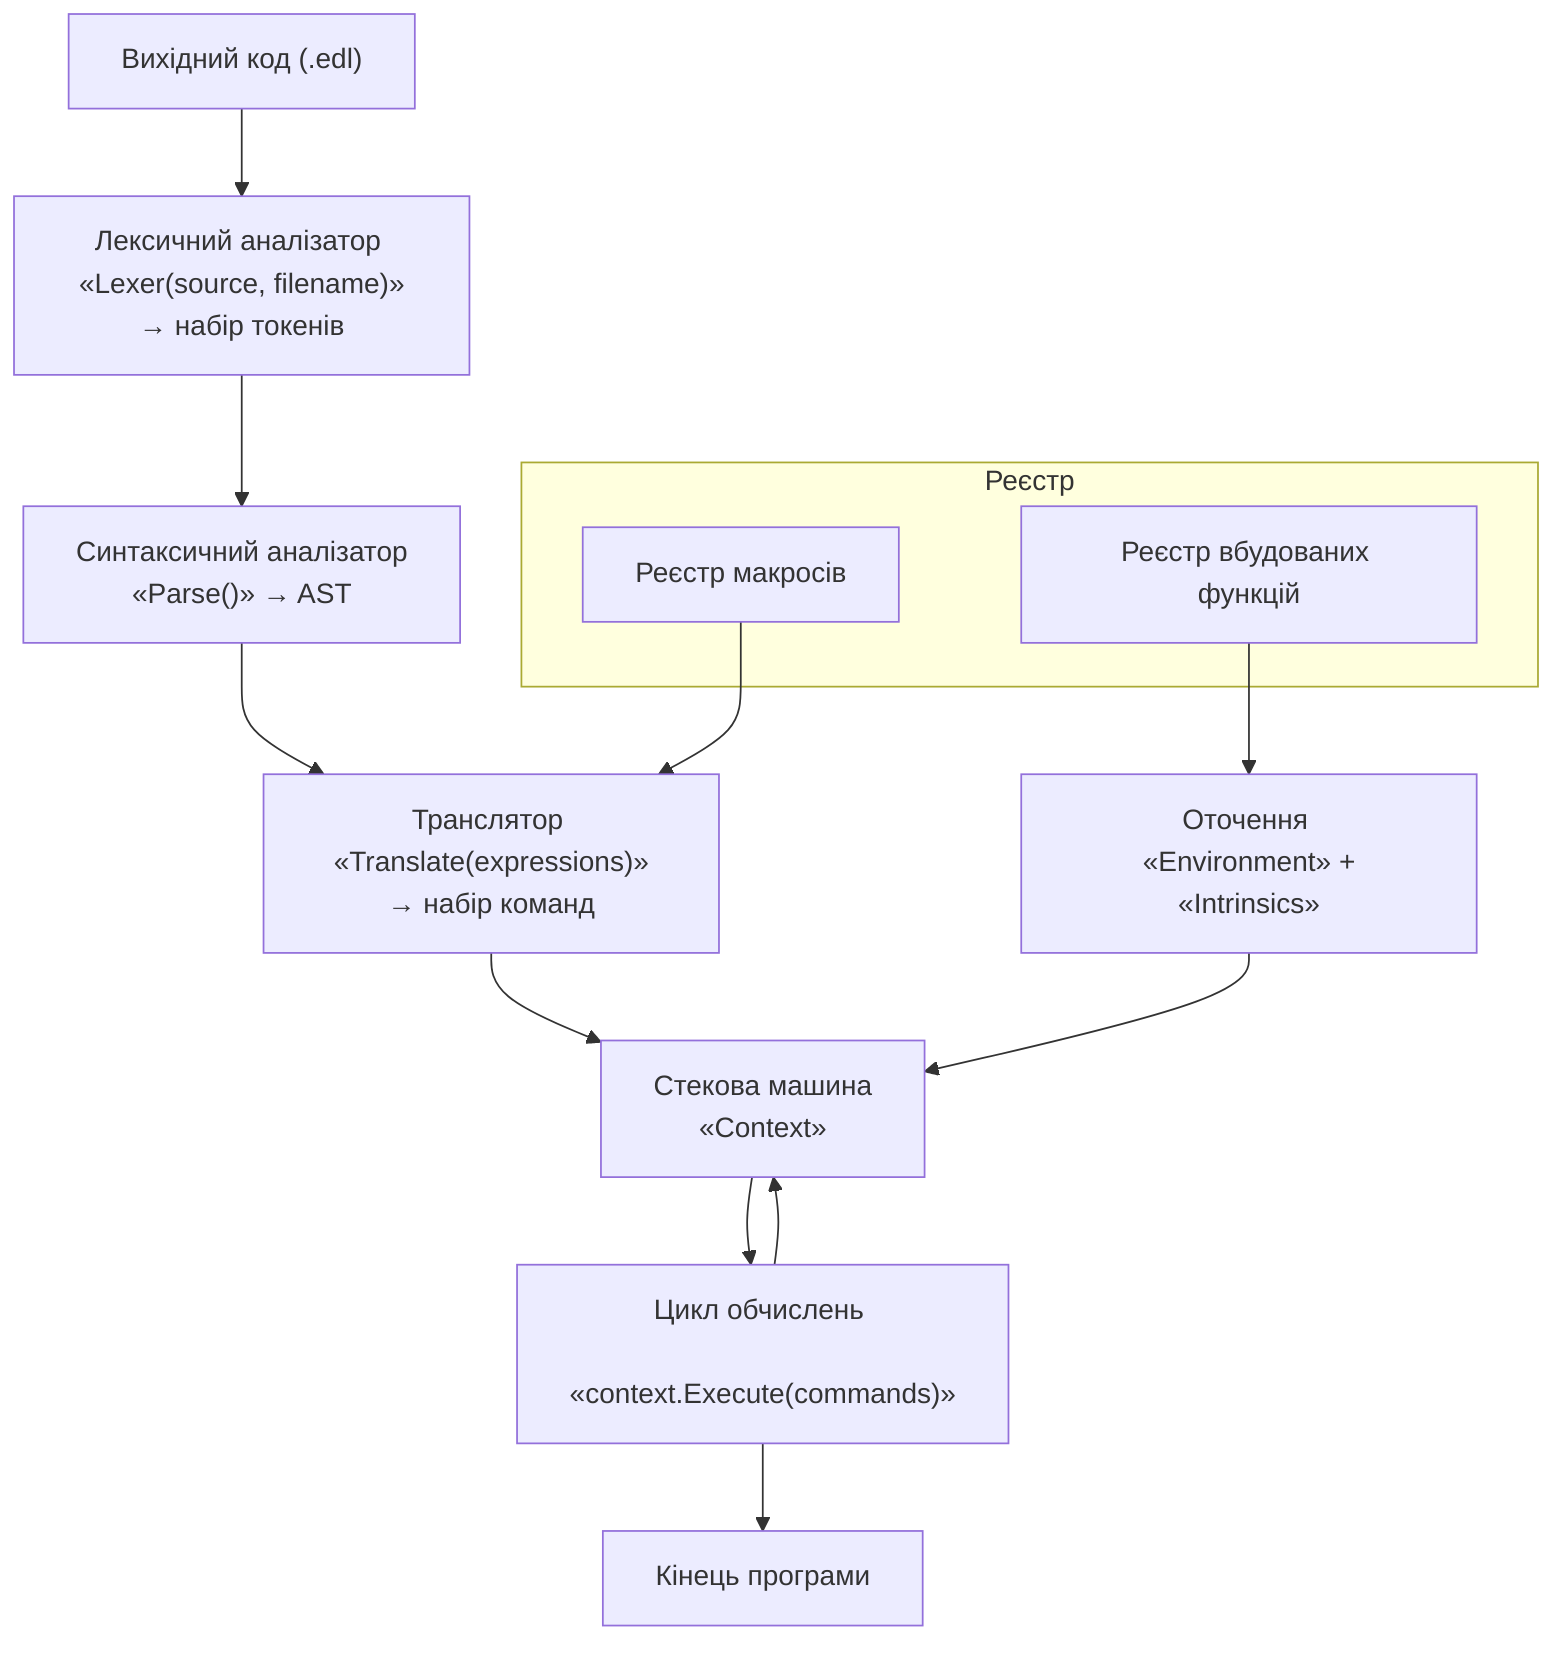
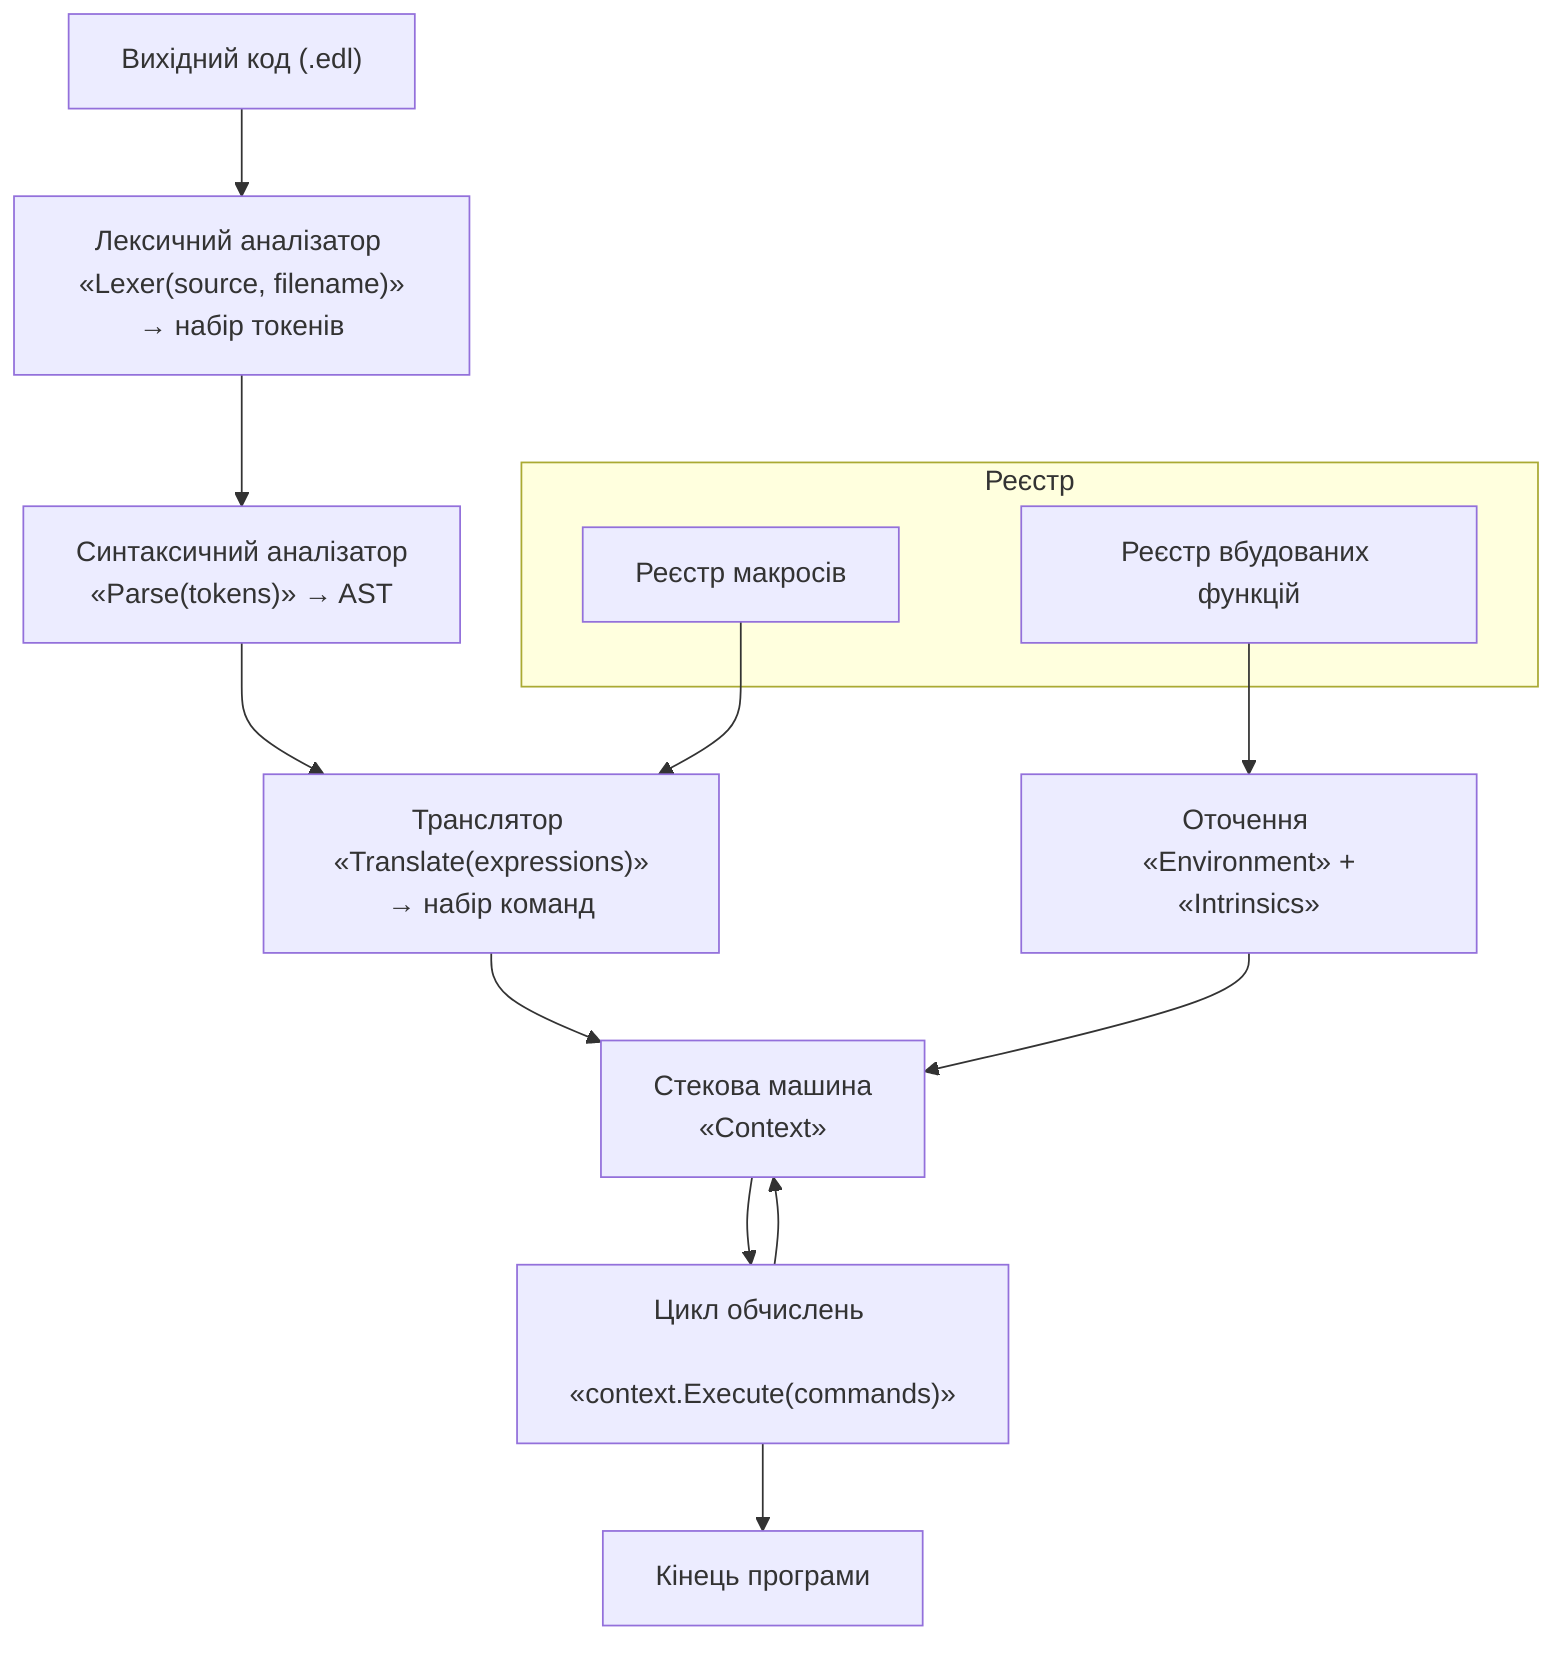
flowchart TD
    Source["Вихідний код (.edl)"]
    Lexer["Лексичний аналізатор <br> «Lexer(source, filename)» → набір токенів"]
-     Parser["Синтаксичний аналізатор <br> «Parse()» → AST"]
+     Parser["Синтаксичний аналізатор <br> «Parse(tokens)» → AST"]
    Translator["Транслятор <br> «Translate(expressions)» → набір команд"]
    Context["Стекова машина <br> «Context»"]
    Environment["Оточення <br> «Environment» + «Intrinsics»"]
    Execute["Цикл обчислень <br> «context.Execute(commands)»"]
    End["Кінець програми"]

    Source --> Lexer
    Lexer --> Parser
    Parser --> Translator
    Translator --> Context
    Environment --> Context
    Context --> Execute
    Execute --> Context
    Execute --> End

    subgraph Реєстр
        Macros["Реєстр макросів"]
        Intrinsics["Реєстр вбудованих функцій"]
    end

    Macros --> Translator
    Intrinsics --> Environment
